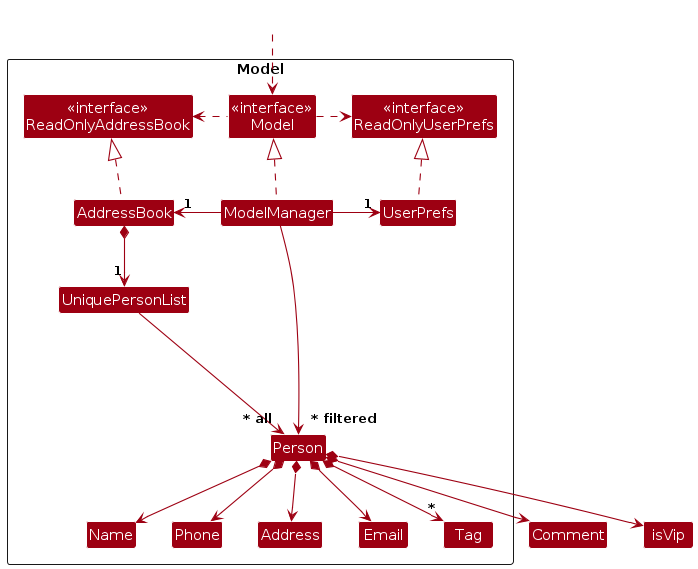
AY2425S1-CS2103T-T17-2/tp keeps this PlantUML diagram as diagrams/ModelClassDiagram.png. Above is the earlier version. Its source is kept beside it as diagrams/ModelClassDiagram.puml. Its diagram source:
```plantuml
@startuml
!include style.puml
skinparam arrowThickness 1.1
skinparam arrowColor MODEL_COLOR
skinparam classBackgroundColor MODEL_COLOR

Package Model as ModelPackage <<Rectangle>>{
Class "<<interface>>\nReadOnlyAddressBook" as ReadOnlyAddressBook
Class "<<interface>>\nReadOnlyUserPrefs" as ReadOnlyUserPrefs
Class "<<interface>>\nModel" as Model
Class AddressBook
Class ModelManager
Class UserPrefs

Class UniquePersonList
Class Person
Class Address
Class Email
Class Name
Class Phone
Class Tag

Class I #FFFFFF
}

Class HiddenOutside #FFFFFF
HiddenOutside ..> Model

AddressBook .up.|> ReadOnlyAddressBook

ModelManager .up.|> Model
Model .right.> ReadOnlyUserPrefs
Model .left.> ReadOnlyAddressBook
ModelManager -left-> "1" AddressBook
ModelManager -right-> "1" UserPrefs
UserPrefs .up.|> ReadOnlyUserPrefs

AddressBook *--> "1" UniquePersonList
UniquePersonList --> "~* all" Person
Person *--> Name
Person *--> Phone
Person *--> Email
Person *--> Address
Person *--> "*" Tag
Person *--> Comment
Person *--> isVip

Person -[hidden]up--> I
UniquePersonList -[hidden]right-> I

Name -[hidden]right-> Phone
Phone -[hidden]right-> Address
Address -[hidden]right-> Email

ModelManager --> "~* filtered" Person
@enduml
```
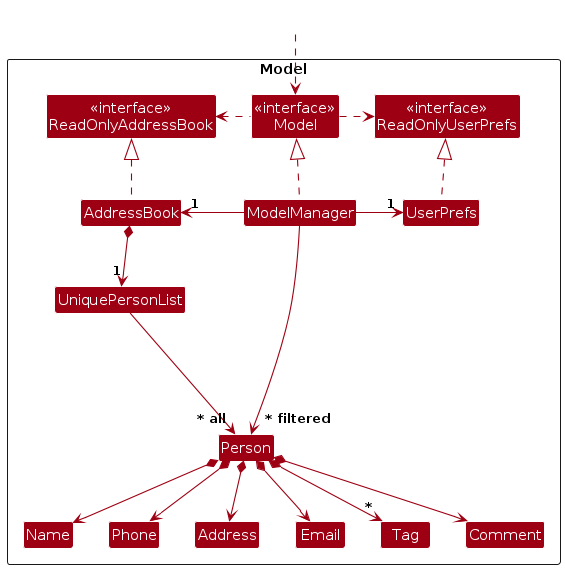
Above is the later version.

Diff of the diagram source:
```diff
@@ -19,6 +19,7 @@
 Class Name
 Class Phone
 Class Tag
+Class Comment
 
 Class I #FFFFFF
 }
@@ -43,7 +44,6 @@
 Person *--> Address
 Person *--> "*" Tag
 Person *--> Comment
-Person *--> isVip
 
 Person -[hidden]up--> I
 UniquePersonList -[hidden]right-> I
```
